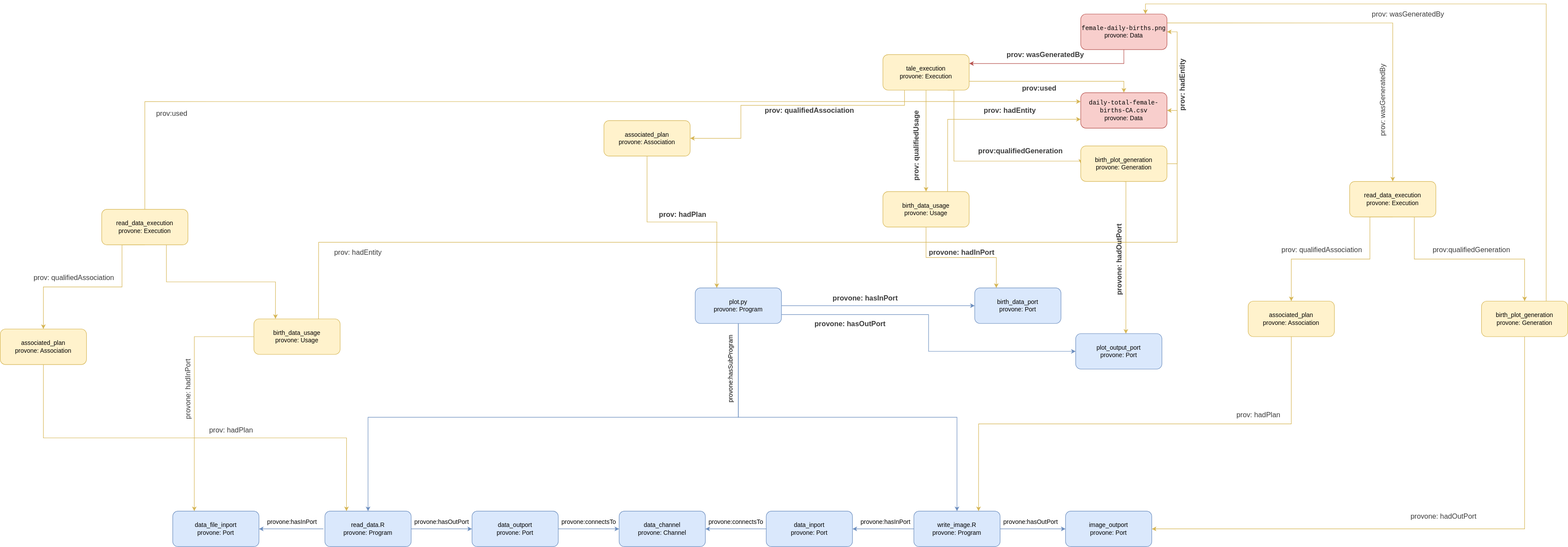
ThomasThelen/sdtl-provone keeps this draw.io diagram as images/executions-base.svg. Above is the earlier version. Source tidied: cells renumbered, new cells last; positions are measured from the earlier drawing's top-left corner, leaving out a move shared by most shapes.
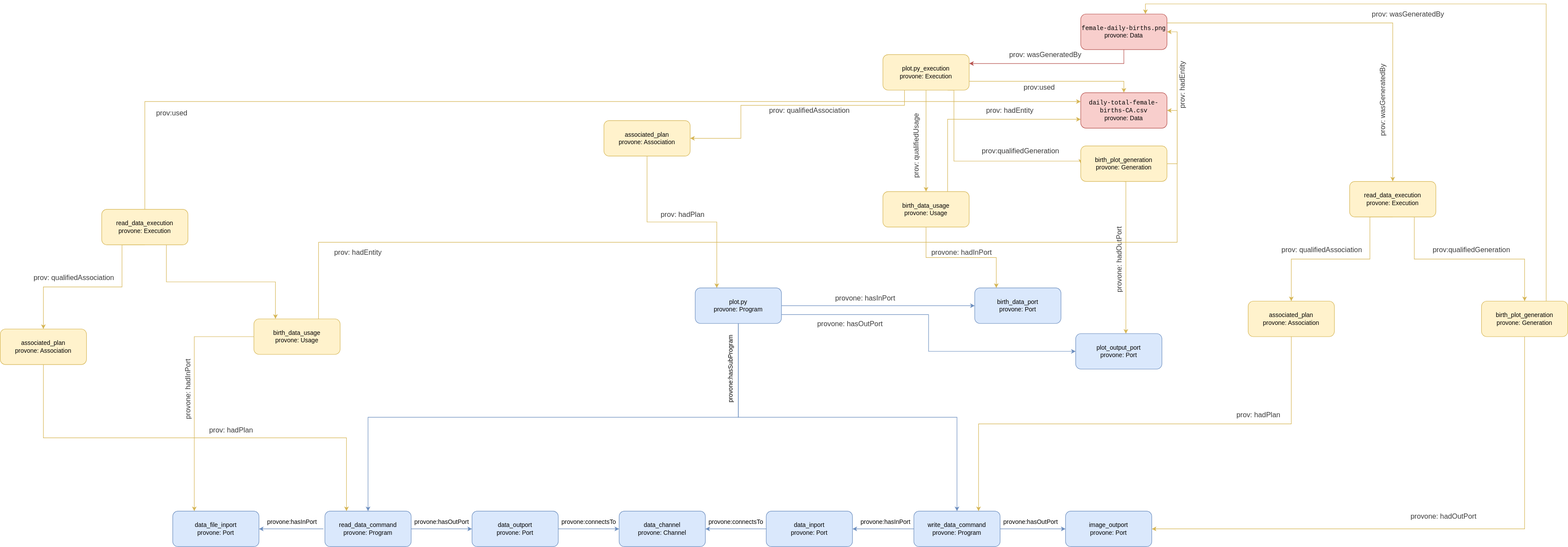
After the change.

The edit, as a diff of the source:
```diff
@@ -26,7 +26,7 @@
     <mxCell id="5" style="edgeStyle=orthogonalEdgeStyle;rounded=0;jettySize=auto;html=1;exitX=1;exitY=0.75;exitDx=0;exitDy=0;entryX=0.5;entryY=0;entryDx=0;entryDy=0;fillColor=#fff2cc;strokeColor=#d6b656;" parent="1" edge="1" source="6" target="24">
       <mxGeometry relative="1" as="geometry" />
     </mxCell>
-    <mxCell id="6" value="&lt;div&gt;tale_execution&lt;/div&gt;&lt;div&gt;provone: Execution&lt;br&gt;&lt;/div&gt;" style="rounded=1;whiteSpace=wrap;html=1;fontSize=12;glass=0;strokeWidth=1;shadow=0;fillColor=#fff2cc;strokeColor=#d6b656;" parent="1" vertex="1">
+    <mxCell id="6" value="&lt;div&gt;plot.py_execution&lt;/div&gt;&lt;div&gt;provone: Execution&lt;br&gt;&lt;/div&gt;" style="rounded=1;whiteSpace=wrap;html=1;fontSize=12;glass=0;strokeWidth=1;shadow=0;fillColor=#fff2cc;strokeColor=#d6b656;" parent="1" vertex="1">
       <mxGeometry x="1740" y="90" width="170" height="70" as="geometry" />
     </mxCell>
     <mxCell id="7" style="edgeStyle=orthogonalEdgeStyle;rounded=0;jettySize=auto;html=1;entryX=0.25;entryY=0;entryDx=0;entryDy=0;exitX=0.5;exitY=1;exitDx=0;exitDy=0;fillColor=#fff2cc;strokeColor=#d6b656;" parent="1" edge="1" source="8" target="13">
@@ -56,7 +56,7 @@
     <mxCell id="15" style="edgeStyle=orthogonalEdgeStyle;rounded=0;jettySize=auto;html=1;fillColor=#dae8fc;strokeColor=#6c8ebf;" parent="1" edge="1" source="16" target="18">
       <mxGeometry relative="1" as="geometry" />
     </mxCell>
-    <mxCell id="16" value="&lt;div&gt;&lt;span&gt;write_image.R&lt;/span&gt;&lt;/div&gt;&lt;div&gt;&lt;span&gt;provone: Program&lt;/span&gt;&lt;br&gt;&lt;/div&gt;" style="rounded=1;whiteSpace=wrap;html=1;fontSize=12;glass=0;strokeWidth=1;shadow=0;fillColor=#dae8fc;strokeColor=#6c8ebf;" parent="1" vertex="1">
+    <mxCell id="16" value="&lt;div&gt;&lt;span&gt;write_data_command&lt;/span&gt;&lt;/div&gt;&lt;div&gt;&lt;span&gt;provone: Program&lt;/span&gt;&lt;br&gt;&lt;/div&gt;" style="rounded=1;whiteSpace=wrap;html=1;fontSize=12;glass=0;strokeWidth=1;shadow=0;fillColor=#dae8fc;strokeColor=#6c8ebf;" parent="1" vertex="1">
       <mxGeometry x="1801" y="990" width="170" height="70" as="geometry" />
     </mxCell>
     <mxCell id="17" style="edgeStyle=orthogonalEdgeStyle;rounded=0;jettySize=auto;html=1;exitX=0;exitY=0.5;exitDx=0;exitDy=0;entryX=1;entryY=0.5;entryDx=0;entryDy=0;fillColor=#dae8fc;strokeColor=#6c8ebf;" parent="1" edge="1" source="18" target="47">
@@ -92,28 +92,28 @@
     <mxCell id="27" value="&lt;div&gt;&lt;code&gt;female-daily-births.png&lt;/code&gt;&lt;/div&gt;&lt;div&gt;provone: Data&lt;br&gt;&lt;/div&gt;" style="rounded=1;whiteSpace=wrap;html=1;fontSize=12;glass=0;strokeWidth=1;shadow=0;fillColor=#f8cecc;strokeColor=#b85450;" parent="1" vertex="1">
       <mxGeometry x="2130" y="10" width="170" height="70" as="geometry" />
     </mxCell>
-    <mxCell id="28" value="&lt;font style=&quot;font-size: 14px&quot; color=&quot;#3b3b3b&quot;&gt;&lt;b&gt;prov: qualifiedAssociation&lt;/b&gt;&lt;/font&gt;" style="text;html=1;align=center;verticalAlign=middle;" parent="1" vertex="1">
-      <mxGeometry x="1500" y="190" width="190" height="20" as="geometry" />
+    <mxCell id="28" value="&lt;font style=&quot;font-size: 14px&quot; color=&quot;#3b3b3b&quot;&gt;prov: qualifiedAssociation&lt;/font&gt;" style="text;html=1;align=center;verticalAlign=middle;" parent="1" vertex="1">
+      <mxGeometry x="1510" y="190" width="170" height="20" as="geometry" />
     </mxCell>
-    <mxCell id="29" value="&lt;b&gt;&lt;font style=&quot;font-size: 14px&quot; color=&quot;#3b3b3b&quot;&gt;prov: hadPlan&lt;/font&gt;&lt;/b&gt;" style="text;html=1;align=center;verticalAlign=middle;" parent="1" vertex="1">
-      <mxGeometry x="1290" y="395" width="110" height="20" as="geometry" />
+    <mxCell id="29" value="&lt;font style=&quot;font-size: 14px&quot; color=&quot;#3b3b3b&quot;&gt;prov: hadPlan&lt;/font&gt;" style="text;html=1;align=center;verticalAlign=middle;" parent="1" vertex="1">
+      <mxGeometry x="1295" y="395" width="100" height="20" as="geometry" />
     </mxCell>
-    <mxCell id="30" value="&lt;b&gt;&lt;font style=&quot;font-size: 14px&quot; color=&quot;#3b3b3b&quot;&gt;prov:used&lt;/font&gt;&lt;/b&gt;" style="text;html=1;align=center;verticalAlign=middle;rotation=0;" parent="1" vertex="1">
+    <mxCell id="30" value="&lt;font style=&quot;font-size: 14px&quot; color=&quot;#3b3b3b&quot;&gt;prov:used&lt;/font&gt;" style="text;html=1;align=center;verticalAlign=middle;rotation=0;" parent="1" vertex="1">
       <mxGeometry x="2060" y="180" as="geometry">
         <mxPoint x="-13" y="-25" as="offset" />
       </mxGeometry>
     </mxCell>
-    <mxCell id="31" value="&lt;font style=&quot;font-size: 14px&quot; color=&quot;#3b3b3b&quot;&gt;&lt;b&gt;prov: wasGeneratedBy&lt;/b&gt;&lt;/font&gt;" style="text;html=1;align=center;verticalAlign=middle;rotation=0;" parent="1" vertex="1">
-      <mxGeometry x="1975" y="80" width="170" height="20" as="geometry" />
+    <mxCell id="31" value="&lt;font style=&quot;font-size: 14px&quot; color=&quot;#3b3b3b&quot;&gt;prov: wasGeneratedBy&lt;/font&gt;" style="text;html=1;align=center;verticalAlign=middle;rotation=0;" parent="1" vertex="1">
+      <mxGeometry x="1980" y="80" width="160" height="20" as="geometry" />
     </mxCell>
-    <mxCell id="32" value="&lt;b&gt;&lt;font color=&quot;#3b3b3b&quot; style=&quot;font-size: 14px&quot;&gt;provone: hasInPort&lt;/font&gt;&lt;/b&gt;" style="text;html=1;align=center;verticalAlign=middle;" parent="1" vertex="1">
-      <mxGeometry x="1635" y="560" width="140" height="20" as="geometry" />
+    <mxCell id="32" value="&lt;font color=&quot;#3b3b3b&quot; style=&quot;font-size: 14px&quot;&gt;provone: hasInPort&lt;/font&gt;" style="text;html=1;align=center;verticalAlign=middle;" parent="1" vertex="1">
+      <mxGeometry x="1640" y="560" width="130" height="20" as="geometry" />
     </mxCell>
-    <mxCell id="33" value="&lt;b&gt;&lt;font style=&quot;font-size: 14px&quot; color=&quot;#3b3b3b&quot;&gt;provone: hadInPort&lt;/font&gt;&lt;/b&gt;" style="text;html=1;align=center;verticalAlign=middle;" parent="1" vertex="1">
-      <mxGeometry x="1825" y="470" width="140" height="20" as="geometry" />
+    <mxCell id="33" value="&lt;font style=&quot;font-size: 14px&quot; color=&quot;#3b3b3b&quot;&gt;provone: hadInPort&lt;/font&gt;" style="text;html=1;align=center;verticalAlign=middle;" parent="1" vertex="1">
+      <mxGeometry x="1830" y="470" width="130" height="20" as="geometry" />
     </mxCell>
-    <mxCell id="34" value="&lt;font style=&quot;font-size: 14px&quot; color=&quot;#3b3b3b&quot;&gt;&lt;b&gt;prov: qualifiedUsage&lt;/b&gt;&lt;/font&gt;" style="text;html=1;align=center;verticalAlign=middle;rotation=-90;" parent="1" vertex="1">
-      <mxGeometry x="1731" y="260" width="150" height="20" as="geometry" />
+    <mxCell id="34" value="&lt;font style=&quot;font-size: 14px&quot; color=&quot;#3b3b3b&quot;&gt;prov: qualifiedUsage&lt;/font&gt;" style="text;html=1;align=center;verticalAlign=middle;rotation=-90;" parent="1" vertex="1">
+      <mxGeometry x="1736" y="260" width="140" height="20" as="geometry" />
     </mxCell>
     <mxCell id="35" style="edgeStyle=orthogonalEdgeStyle;rounded=0;jettySize=auto;html=1;exitX=0.5;exitY=1;exitDx=0;exitDy=0;fillColor=#fff2cc;strokeColor=#d6b656;entryX=0.582;entryY=0.004;entryDx=0;entryDy=0;entryPerimeter=0;" parent="1" edge="1" source="37" target="38">
       <mxGeometry relative="1" as="geometry">
@@ -131,20 +131,20 @@
     <mxCell id="38" value="&lt;div&gt;plot_output_port&lt;/div&gt;&lt;div&gt;&lt;span&gt;provone: Port&lt;/span&gt;&lt;br&gt;&lt;/div&gt;" style="rounded=1;whiteSpace=wrap;html=1;fontSize=12;glass=0;strokeWidth=1;shadow=0;fillColor=#dae8fc;strokeColor=#6c8ebf;" parent="1" vertex="1">
       <mxGeometry x="2120" y="640" width="170" height="70" as="geometry" />
     </mxCell>
-    <mxCell id="39" value="&lt;b&gt;&lt;font style=&quot;font-size: 14px&quot; color=&quot;#3b3b3b&quot;&gt;prov:qualifiedGeneration&lt;/font&gt;&lt;/b&gt;" style="text;html=1;align=center;verticalAlign=middle;" parent="1" vertex="1">
-      <mxGeometry x="1921" y="270" width="180" height="20" as="geometry" />
+    <mxCell id="39" value="&lt;font style=&quot;font-size: 14px&quot; color=&quot;#3b3b3b&quot;&gt;prov:qualifiedGeneration&lt;/font&gt;" style="text;html=1;align=center;verticalAlign=middle;" parent="1" vertex="1">
+      <mxGeometry x="1926" y="270" width="170" height="20" as="geometry" />
     </mxCell>
-    <mxCell id="40" value="&lt;b&gt;&lt;font style=&quot;font-size: 14px&quot; color=&quot;#3b3b3b&quot;&gt;prov: hadEntity&lt;/font&gt;&lt;/b&gt;" style="text;html=1;align=center;verticalAlign=middle;" parent="1" vertex="1">
-      <mxGeometry x="1930" y="190" width="120" height="20" as="geometry" />
+    <mxCell id="40" value="&lt;font style=&quot;font-size: 14px&quot; color=&quot;#3b3b3b&quot;&gt;prov: hadEntity&lt;/font&gt;" style="text;html=1;align=center;verticalAlign=middle;" parent="1" vertex="1">
+      <mxGeometry x="1935" y="190" width="110" height="20" as="geometry" />
     </mxCell>
-    <mxCell id="41" value="&lt;b&gt;&lt;font style=&quot;font-size: 14px&quot; color=&quot;#3b3b3b&quot;&gt;provone: hadOutPort&lt;/font&gt;&lt;/b&gt;" style="text;html=1;align=center;verticalAlign=middle;rotation=-90;" parent="1" vertex="1">
-      <mxGeometry x="2125" y="484.5" width="160" height="20" as="geometry" />
+    <mxCell id="41" value="&lt;font style=&quot;font-size: 14px&quot; color=&quot;#3b3b3b&quot;&gt;provone: hadOutPort&lt;/font&gt;" style="text;html=1;align=center;verticalAlign=middle;rotation=-90;" parent="1" vertex="1">
+      <mxGeometry x="2130" y="484.5" width="150" height="20" as="geometry" />
     </mxCell>
-    <mxCell id="42" value="&lt;b&gt;&lt;font style=&quot;font-size: 14px&quot; color=&quot;#3b3b3b&quot;&gt;provone: hasOutPort&lt;/font&gt;&lt;/b&gt;" style="text;html=1;align=center;verticalAlign=middle;" parent="1" vertex="1">
-      <mxGeometry x="1595" y="611" width="160" height="20" as="geometry" />
+    <mxCell id="42" value="&lt;font style=&quot;font-size: 14px&quot; color=&quot;#3b3b3b&quot;&gt;provone: hasOutPort&lt;/font&gt;" style="text;html=1;align=center;verticalAlign=middle;" parent="1" vertex="1">
+      <mxGeometry x="1605" y="611" width="140" height="20" as="geometry" />
     </mxCell>
-    <mxCell id="43" value="&lt;b&gt;&lt;font style=&quot;font-size: 14px&quot; color=&quot;#3b3b3b&quot;&gt;prov: hadEntity&lt;/font&gt;&lt;/b&gt;" style="text;html=1;align=center;verticalAlign=middle;rotation=-90;" parent="1" vertex="1">
-      <mxGeometry x="2270" y="140" width="120" height="20" as="geometry" />
+    <mxCell id="43" value="&lt;font style=&quot;font-size: 14px&quot; color=&quot;#3b3b3b&quot;&gt;prov: hadEntity&lt;/font&gt;" style="text;html=1;align=center;verticalAlign=middle;rotation=-90;" parent="1" vertex="1">
+      <mxGeometry x="2275" y="140" width="110" height="20" as="geometry" />
     </mxCell>
     <mxCell id="44" style="edgeStyle=orthogonalEdgeStyle;rounded=0;jettySize=auto;html=1;fillColor=#dae8fc;strokeColor=#6c8ebf;" parent="1" edge="1" target="50">
       <mxGeometry relative="1" as="geometry">
@@ -154,7 +154,7 @@
     <mxCell id="45" style="edgeStyle=orthogonalEdgeStyle;rounded=0;jettySize=auto;html=1;fillColor=#dae8fc;strokeColor=#6c8ebf;" parent="1" edge="1" source="46" target="49">
       <mxGeometry relative="1" as="geometry" />
     </mxCell>
-    <mxCell id="46" value="&lt;div&gt;&lt;span&gt;read_data.R&lt;/span&gt;&lt;/div&gt;&lt;div&gt;&lt;span&gt;provone: Program&lt;/span&gt;&lt;br&gt;&lt;/div&gt;" style="rounded=1;whiteSpace=wrap;html=1;fontSize=12;glass=0;strokeWidth=1;shadow=0;fillColor=#dae8fc;strokeColor=#6c8ebf;" parent="1" vertex="1">
+    <mxCell id="46" value="&lt;div&gt;&lt;span&gt;read_data_command&lt;/span&gt;&lt;/div&gt;&lt;div&gt;&lt;span&gt;provone: Program&lt;/span&gt;&lt;br&gt;&lt;/div&gt;" style="rounded=1;whiteSpace=wrap;html=1;fontSize=12;glass=0;strokeWidth=1;shadow=0;fillColor=#dae8fc;strokeColor=#6c8ebf;" parent="1" vertex="1">
       <mxGeometry x="640" y="990" width="170" height="70" as="geometry" />
     </mxCell>
     <mxCell id="47" value="&lt;div&gt;&lt;span&gt;data_channel&lt;/span&gt;&lt;/div&gt;&lt;div&gt;&lt;span&gt;provone: Channel&lt;/span&gt;&lt;br&gt;&lt;/div&gt;" style="rounded=1;whiteSpace=wrap;html=1;fontSize=12;glass=0;strokeWidth=1;shadow=0;fillColor=#dae8fc;strokeColor=#6c8ebf;" parent="1" vertex="1">
```
